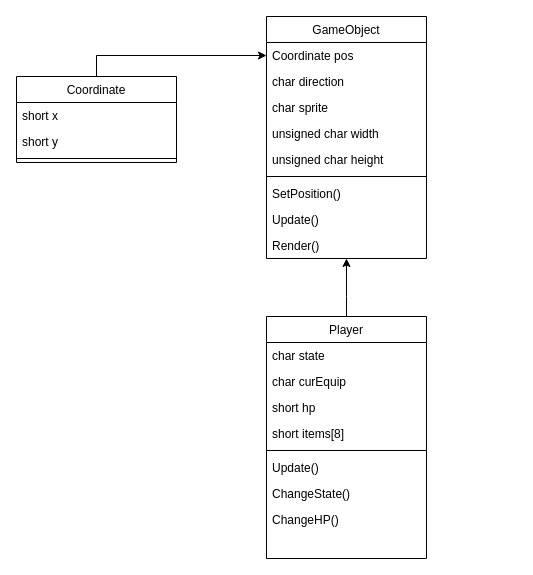
This is client_class_diagram.drawio from kakik/agari, a draw.io file, before an edit. Source tidied: cells renumbered, new cells numbered last; positions are measured from the earlier drawing's top-left corner, leaving out a move shared by most shapes. Both pictures are drawn from the tidied source at 100%, with x=0, y=0 at pixel (16, 16).
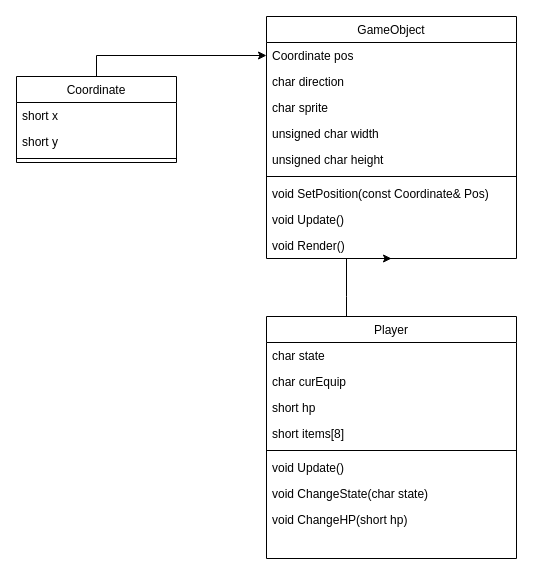
The same diagram, later.

Commit message (it also covers changes not shown here):
Change Class diagram

What changed in the source:
```diff
@@
     <mxCell id="3" value="Player" style="swimlane;fontStyle=0;align=center;verticalAlign=top;horizontal=1;startSize=26;rounded=0;shadow=0;strokeWidth=1;" parent="1" vertex="1">
-      <mxGeometry x="250" y="300" width="160" height="242" as="geometry" />
+      <mxGeometry x="250" y="300" width="250" height="242" as="geometry" />
     </mxCell>
     <mxCell id="4" value="char state" style="text;align=left;verticalAlign=top;spacingLeft=4;spacingRight=4;overflow=hidden;rounded=0;shadow=0;html=0;" parent="3" vertex="1">
-      <mxGeometry y="26" width="160" height="26" as="geometry" />
+      <mxGeometry y="26" width="250" height="26" as="geometry" />
     </mxCell>
     <mxCell id="5" value="char curEquip" style="text;align=left;verticalAlign=top;spacingLeft=4;spacingRight=4;overflow=hidden;rounded=0;shadow=0;html=0;" parent="3" vertex="1">
-      <mxGeometry y="52" width="160" height="26" as="geometry" />
+      <mxGeometry y="52" width="250" height="26" as="geometry" />
     </mxCell>
     <mxCell id="6" value="short hp" style="text;align=left;verticalAlign=top;spacingLeft=4;spacingRight=4;overflow=hidden;rounded=0;shadow=0;html=0;" parent="3" vertex="1">
-      <mxGeometry y="78" width="160" height="26" as="geometry" />
+      <mxGeometry y="78" width="250" height="26" as="geometry" />
     </mxCell>
     <mxCell id="7" value="short items[8]" style="text;align=left;verticalAlign=top;spacingLeft=4;spacingRight=4;overflow=hidden;rounded=0;shadow=0;html=0;" parent="3" vertex="1">
-      <mxGeometry y="104" width="160" height="26" as="geometry" />
+      <mxGeometry y="104" width="250" height="26" as="geometry" />
     </mxCell>
     <mxCell id="8" style="line;html=1;strokeWidth=1;align=left;verticalAlign=middle;spacingTop=-1;spacingLeft=3;spacingRight=3;labelPosition=right;" parent="3" vertex="1">
-      <mxGeometry y="130" width="160" height="8" as="geometry" />
+      <mxGeometry y="130" width="250" height="8" as="geometry" />
     </mxCell>
-    <mxCell id="9" value="Update()" style="text;align=left;verticalAlign=top;spacingLeft=4;spacingRight=4;overflow=hidden;fontStyle=0;" parent="3" vertex="1">
-      <mxGeometry y="138" width="160" height="26" as="geometry" />
+    <mxCell id="9" value="void Update()" style="text;align=left;verticalAlign=top;spacingLeft=4;spacingRight=4;overflow=hidden;fontStyle=0;" parent="3" vertex="1">
+      <mxGeometry y="138" width="250" height="26" as="geometry" />
     </mxCell>
-    <mxCell id="10" value="ChangeState()" style="text;align=left;verticalAlign=top;spacingLeft=4;spacingRight=4;overflow=hidden;" parent="3" vertex="1">
-      <mxGeometry y="164" width="160" height="26" as="geometry" />
+    <mxCell id="10" value="void ChangeState(char state)" style="text;align=left;verticalAlign=top;spacingLeft=4;spacingRight=4;overflow=hidden;" parent="3" vertex="1">
+      <mxGeometry y="164" width="250" height="26" as="geometry" />
     </mxCell>
-    <mxCell id="11" value="ChangeHP()" style="text;align=left;verticalAlign=top;spacingLeft=4;spacingRight=4;overflow=hidden;" parent="3" vertex="1">
-      <mxGeometry y="190" width="160" height="26" as="geometry" />
+    <mxCell id="11" value="void ChangeHP(short hp)" style="text;align=left;verticalAlign=top;spacingLeft=4;spacingRight=4;overflow=hidden;" parent="3" vertex="1">
+      <mxGeometry y="190" width="250" height="26" as="geometry" />
     </mxCell>
@@
     <mxCell id="17" value="GameObject" style="swimlane;fontStyle=0;align=center;verticalAlign=top;horizontal=1;startSize=26;rounded=0;shadow=0;strokeWidth=1;" parent="1" vertex="1">
-      <mxGeometry x="250" width="160" height="242" as="geometry" />
+      <mxGeometry x="250" width="250" height="242" as="geometry" />
     </mxCell>
     <mxCell id="18" value="Coordinate pos" style="text;align=left;verticalAlign=top;spacingLeft=4;spacingRight=4;overflow=hidden;points=[[0,0.5],[1,0.5]];portConstraint=eastwest;rounded=0;shadow=0;html=0;" parent="17" vertex="1">
-      <mxGeometry y="26" width="160" height="26" as="geometry" />
+      <mxGeometry y="26" width="250" height="26" as="geometry" />
     </mxCell>
     <mxCell id="19" value="char direction" style="text;align=left;verticalAlign=top;spacingLeft=4;spacingRight=4;overflow=hidden;rounded=0;shadow=0;html=0;" parent="17" vertex="1">
-      <mxGeometry y="52" width="160" height="26" as="geometry" />
+      <mxGeometry y="52" width="250" height="26" as="geometry" />
     </mxCell>
     <mxCell id="20" value="char sprite" style="text;align=left;verticalAlign=top;spacingLeft=4;spacingRight=4;overflow=hidden;" parent="17" vertex="1">
-      <mxGeometry y="78" width="160" height="26" as="geometry" />
+      <mxGeometry y="78" width="250" height="26" as="geometry" />
     </mxCell>
     <mxCell id="21" value="unsigned char width" style="text;align=left;verticalAlign=top;spacingLeft=4;spacingRight=4;overflow=hidden;" parent="17" vertex="1">
-      <mxGeometry y="104" width="160" height="26" as="geometry" />
+      <mxGeometry y="104" width="250" height="26" as="geometry" />
     </mxCell>
     <mxCell id="22" value="unsigned char height" style="text;align=left;verticalAlign=top;spacingLeft=4;spacingRight=4;overflow=hidden;" parent="17" vertex="1">
-      <mxGeometry y="130" width="160" height="26" as="geometry" />
+      <mxGeometry y="130" width="250" height="26" as="geometry" />
     </mxCell>
     <mxCell id="23" style="line;html=1;strokeWidth=1;align=left;verticalAlign=middle;spacingTop=-1;spacingLeft=3;spacingRight=3;labelPosition=right;" parent="17" vertex="1">
-      <mxGeometry y="156" width="160" height="8" as="geometry" />
+      <mxGeometry y="156" width="250" height="8" as="geometry" />
     </mxCell>
-    <mxCell id="24" value="SetPosition()" style="text;align=left;verticalAlign=top;spacingLeft=4;spacingRight=4;overflow=hidden;rounded=0;shadow=0;html=0;" parent="17" vertex="1">
-      <mxGeometry y="164" width="160" height="26" as="geometry" />
+    <mxCell id="24" value="void SetPosition(const Coordinate&amp; Pos)" style="text;align=left;verticalAlign=top;spacingLeft=4;spacingRight=4;overflow=hidden;rounded=0;shadow=0;html=0;" parent="17" vertex="1">
+      <mxGeometry y="164" width="250" height="26" as="geometry" />
     </mxCell>
-    <mxCell id="25" value="Update()" style="text;align=left;verticalAlign=top;spacingLeft=4;spacingRight=4;overflow=hidden;rounded=0;shadow=0;html=0;" parent="17" vertex="1">
-      <mxGeometry y="190" width="160" height="26" as="geometry" />
+    <mxCell id="25" value="void Update()" style="text;align=left;verticalAlign=top;spacingLeft=4;spacingRight=4;overflow=hidden;rounded=0;shadow=0;html=0;" parent="17" vertex="1">
+      <mxGeometry y="190" width="250" height="26" as="geometry" />
     </mxCell>
-    <mxCell id="26" value="Render()" style="text;align=left;verticalAlign=top;spacingLeft=4;spacingRight=4;overflow=hidden;rounded=0;shadow=0;html=0;" parent="17" vertex="1">
-      <mxGeometry y="216" width="160" height="26" as="geometry" />
+    <mxCell id="26" value="void Render()" style="text;align=left;verticalAlign=top;spacingLeft=4;spacingRight=4;overflow=hidden;rounded=0;shadow=0;html=0;" parent="17" vertex="1">
+      <mxGeometry y="216" width="250" height="26" as="geometry" />
     </mxCell>
```
